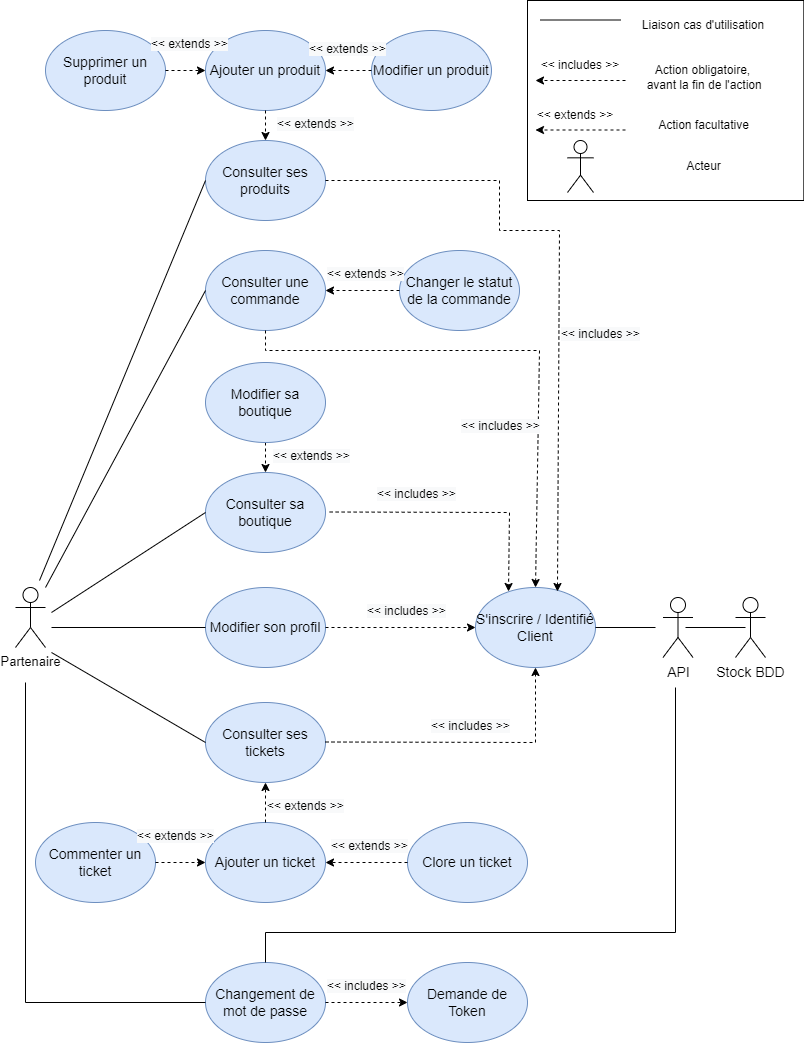
Earlier version of the draw.io export Diagrammes/cas_utilisation_partner.png (KadenHD/DragNReceive_General). Source tidied: cells renumbered, new cells last; positions are measured from the earlier drawing's top-left corner, leaving out a move shared by most shapes.
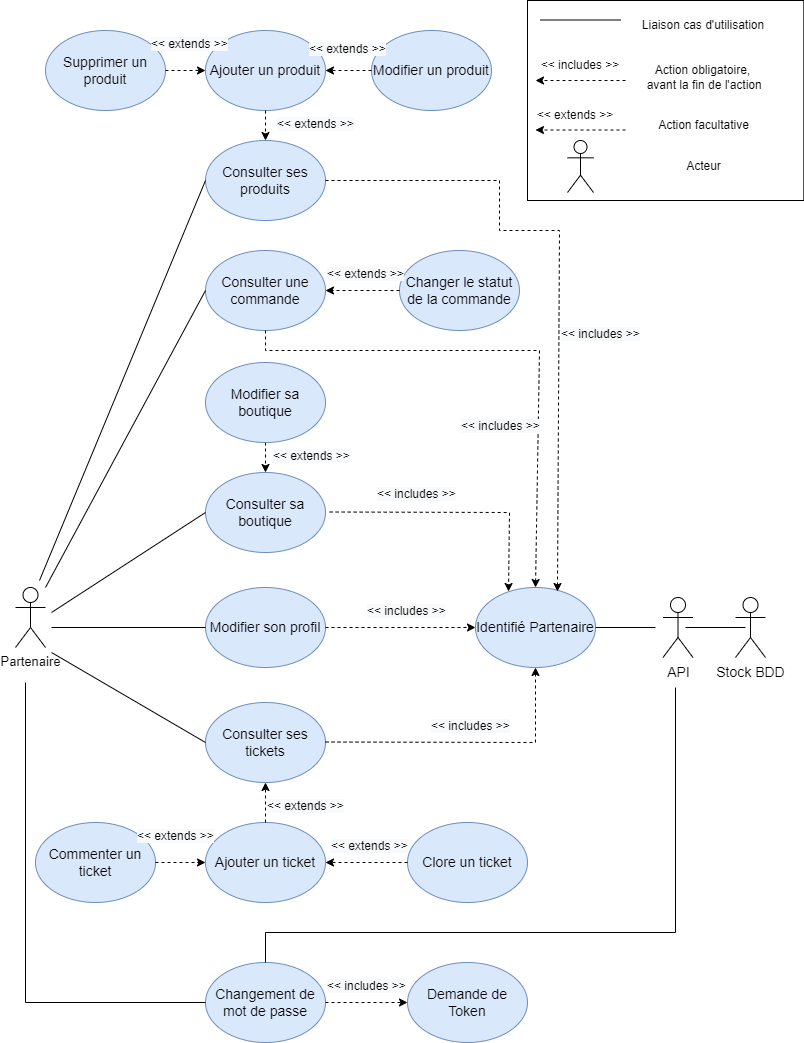
After the change.

Change to the diagram source:
```diff
@@ -74,7 +74,7 @@
     <mxCell id="22" value="Action facultative" style="text;html=1;strokeColor=none;fillColor=none;align=center;verticalAlign=middle;whiteSpace=wrap;rounded=0;" parent="1" vertex="1">
       <mxGeometry x="598" y="110" width="181" height="30" as="geometry" />
     </mxCell>
-    <mxCell id="23" value="S'inscrire / Identifié Client" style="ellipse;whiteSpace=wrap;html=1;rounded=0;fontSize=14;strokeWidth=1;verticalAlign=middle;fillColor=#dae8fc;strokeColor=#6c8ebf;" parent="1" vertex="1">
+    <mxCell id="23" value="Identifié Partenaire" style="ellipse;whiteSpace=wrap;html=1;rounded=0;fontSize=14;strokeWidth=1;verticalAlign=middle;fillColor=#dae8fc;strokeColor=#6c8ebf;" parent="1" vertex="1">
       <mxGeometry x="460" y="587" width="120" height="80" as="geometry" />
     </mxCell>
     <mxCell id="24" value="Modifier son profil" style="ellipse;whiteSpace=wrap;html=1;rounded=0;fontSize=14;strokeWidth=1;verticalAlign=middle;fillColor=#dae8fc;strokeColor=#6c8ebf;" parent="1" vertex="1">
```
